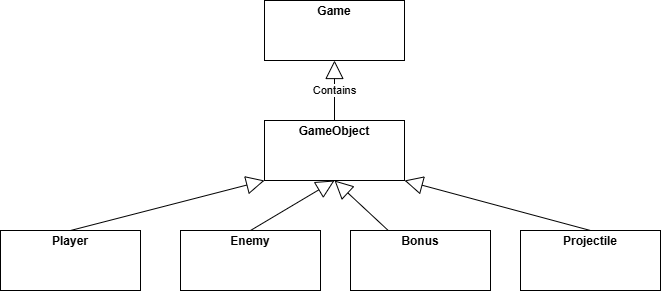
This is uml-space-defender.png from alitolays/space-defender, a draw.io export, as it was before one commit. Source tidied: cells renumbered, new cells last; positions are measured from the earlier drawing's top-left corner, leaving out a move shared by most shapes. Its diagram source:
```xml
<mxGraphModel>
  <root>
    <mxCell id="0" />
    <mxCell id="1" parent="0" />
    <mxCell id="2" value="&lt;p style=&quot;margin:0px;margin-top:4px;text-align:center;&quot;&gt;&lt;b&gt;GameObject&lt;/b&gt;&lt;/p&gt;&lt;p style=&quot;margin:0px;margin-top:4px;text-align:center;&quot;&gt;&lt;b&gt;&lt;br&gt;&lt;/b&gt;&lt;/p&gt;" style="verticalAlign=top;align=left;overflow=fill;html=1;whiteSpace=wrap;" parent="1" vertex="1">
      <mxGeometry x="264" y="120" width="140" height="60" as="geometry" />
    </mxCell>
    <mxCell id="3" value="&lt;p style=&quot;margin:0px;margin-top:4px;text-align:center;&quot;&gt;&lt;b&gt;Game&lt;/b&gt;&lt;/p&gt;" style="verticalAlign=top;align=left;overflow=fill;html=1;whiteSpace=wrap;" parent="1" vertex="1">
      <mxGeometry x="264" width="140" height="60" as="geometry" />
    </mxCell>
    <mxCell id="4" value="&lt;p style=&quot;margin:0px;margin-top:4px;text-align:center;&quot;&gt;&lt;b&gt;Player&lt;/b&gt;&lt;/p&gt;&lt;p style=&quot;margin:0px;margin-top:4px;text-align:center;&quot;&gt;&lt;b&gt;&lt;br&gt;&lt;/b&gt;&lt;/p&gt;" style="verticalAlign=top;align=left;overflow=fill;html=1;whiteSpace=wrap;" parent="1" vertex="1">
      <mxGeometry y="230" width="140" height="60" as="geometry" />
    </mxCell>
    <mxCell id="5" value="&lt;p style=&quot;margin:0px;margin-top:4px;text-align:center;&quot;&gt;&lt;b&gt;Enemy&lt;/b&gt;&lt;/p&gt;" style="verticalAlign=top;align=left;overflow=fill;html=1;whiteSpace=wrap;" parent="1" vertex="1">
      <mxGeometry x="180" y="230" width="140" height="60" as="geometry" />
    </mxCell>
    <mxCell id="6" value="&lt;p style=&quot;margin:0px;margin-top:4px;text-align:center;&quot;&gt;&lt;b&gt;Bonus&lt;/b&gt;&lt;/p&gt;" style="verticalAlign=top;align=left;overflow=fill;html=1;whiteSpace=wrap;" parent="1" vertex="1">
      <mxGeometry x="350" y="230" width="140" height="60" as="geometry" />
    </mxCell>
    <mxCell id="7" value="&lt;p style=&quot;margin:0px;margin-top:4px;text-align:center;&quot;&gt;&lt;b&gt;Projectile&lt;/b&gt;&lt;/p&gt;" style="verticalAlign=top;align=left;overflow=fill;html=1;whiteSpace=wrap;" parent="1" vertex="1">
      <mxGeometry x="520" y="230" width="140" height="60" as="geometry" />
    </mxCell>
    <mxCell id="8" value="&lt;div&gt;&lt;br&gt;&lt;/div&gt;&lt;div&gt;&lt;br&gt;&lt;/div&gt;" style="endArrow=block;endSize=16;endFill=0;html=1;rounded=0;exitX=0.5;exitY=0;exitDx=0;exitDy=0;entryX=0;entryY=1;entryDx=0;entryDy=0;" parent="1" edge="1" source="4" target="2">
      <mxGeometry relative="1" as="geometry" />
    </mxCell>
    <mxCell id="9" style="endArrow=block;endSize=16;endFill=0;html=1;rounded=0;exitX=0.5;exitY=0;exitDx=0;exitDy=0;entryX=0.5;entryY=1;entryDx=0;entryDy=0;" parent="1" edge="1" source="5" target="2">
      <mxGeometry relative="1" as="geometry" />
    </mxCell>
    <mxCell id="10" style="endArrow=block;endSize=16;endFill=0;html=1;rounded=0;entryX=0.5;entryY=1;entryDx=0;entryDy=0;" parent="1" edge="1" source="6" target="2">
      <mxGeometry relative="1" as="geometry" />
    </mxCell>
    <mxCell id="11" style="endArrow=block;endSize=16;endFill=0;html=1;rounded=0;exitX=0.5;exitY=0;exitDx=0;exitDy=0;entryX=1;entryY=1;entryDx=0;entryDy=0;" parent="1" edge="1" source="7" target="2">
      <mxGeometry relative="1" as="geometry" />
    </mxCell>
    <mxCell id="12" value="Contains" style="endArrow=block;endSize=16;endFill=0;html=1;rounded=0;exitX=0.5;exitY=0;exitDx=0;exitDy=0;entryX=0.5;entryY=1;entryDx=0;entryDy=0;" parent="1" edge="1" source="2" target="3">
      <mxGeometry relative="1" as="geometry" />
    </mxCell>
  </root>
</mxGraphModel>
```
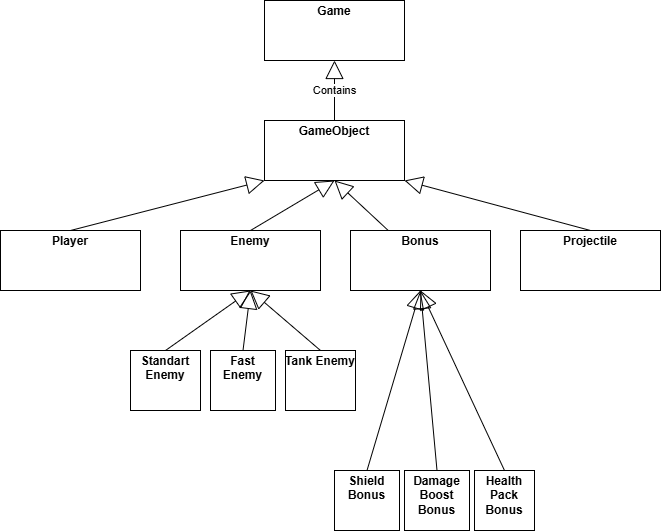
After the change.

Diff of the diagram source:
```diff
@@ -35,5 +35,43 @@
     <mxCell id="12" value="Contains" style="endArrow=block;endSize=16;endFill=0;html=1;rounded=0;exitX=0.5;exitY=0;exitDx=0;exitDy=0;entryX=0.5;entryY=1;entryDx=0;entryDy=0;" parent="1" edge="1" source="2" target="3">
       <mxGeometry relative="1" as="geometry" />
     </mxCell>
+    <mxCell id="13" value="&lt;p style=&quot;margin:0px;margin-top:4px;text-align:center;&quot;&gt;&lt;b&gt;Standart Enemy&lt;/b&gt;&lt;/p&gt;&lt;p style=&quot;margin:0px;margin-top:4px;text-align:center;&quot;&gt;&lt;b&gt;&lt;br&gt;&lt;/b&gt;&lt;/p&gt;" style="verticalAlign=top;align=left;overflow=fill;html=1;whiteSpace=wrap;" parent="1" vertex="1">
+      <mxGeometry x="130" y="350" width="70" height="60" as="geometry" />
+    </mxCell>
+    <mxCell id="14" value="&lt;p style=&quot;margin:0px;margin-top:4px;text-align:center;&quot;&gt;&lt;b&gt;Fast Enemy&lt;/b&gt;&lt;/p&gt;&lt;p style=&quot;margin:0px;margin-top:4px;text-align:center;&quot;&gt;&lt;b&gt;&lt;br&gt;&lt;/b&gt;&lt;/p&gt;" style="verticalAlign=top;align=left;overflow=fill;html=1;whiteSpace=wrap;" parent="1" vertex="1">
+      <mxGeometry x="210" y="350" width="65" height="60" as="geometry" />
+    </mxCell>
+    <mxCell id="15" value="&lt;p style=&quot;margin:0px;margin-top:4px;text-align:center;&quot;&gt;&lt;b&gt;Tank&amp;nbsp;&lt;/b&gt;&lt;b style=&quot;background-color: transparent; color: light-dark(rgb(0, 0, 0), rgb(255, 255, 255));&quot;&gt;Enemy&lt;/b&gt;&lt;/p&gt;&lt;p style=&quot;margin:0px;margin-top:4px;text-align:center;&quot;&gt;&lt;b&gt;&lt;br&gt;&lt;/b&gt;&lt;/p&gt;" style="verticalAlign=top;align=left;overflow=fill;html=1;whiteSpace=wrap;" parent="1" vertex="1">
+      <mxGeometry x="285" y="350" width="70" height="60" as="geometry" />
+    </mxCell>
+    <mxCell id="16" value="&lt;div&gt;&lt;br&gt;&lt;/div&gt;&lt;div&gt;&lt;br&gt;&lt;/div&gt;" style="endArrow=block;endSize=16;endFill=0;html=1;rounded=0;exitX=0.5;exitY=0;exitDx=0;exitDy=0;entryX=0.5;entryY=1;entryDx=0;entryDy=0;" parent="1" edge="1" source="13" target="5">
+      <mxGeometry relative="1" as="geometry" />
+    </mxCell>
+    <mxCell id="17" value="&lt;div&gt;&lt;br&gt;&lt;/div&gt;&lt;div&gt;&lt;br&gt;&lt;/div&gt;" style="endArrow=block;endSize=16;endFill=0;html=1;rounded=0;exitX=0.5;exitY=0;exitDx=0;exitDy=0;entryX=0.5;entryY=1;entryDx=0;entryDy=0;" parent="1" edge="1" source="14" target="5">
+      <mxGeometry relative="1" as="geometry" />
+    </mxCell>
+    <mxCell id="18" value="&lt;div&gt;&lt;br&gt;&lt;/div&gt;&lt;div&gt;&lt;br&gt;&lt;/div&gt;" style="endArrow=block;endSize=16;endFill=0;html=1;rounded=0;exitX=0.5;exitY=0;exitDx=0;exitDy=0;" parent="1" edge="1" source="15">
+      <mxGeometry relative="1" as="geometry">
+        <mxPoint x="250" y="290" as="targetPoint" />
+      </mxGeometry>
+    </mxCell>
+    <mxCell id="19" value="&lt;p style=&quot;margin:0px;margin-top:4px;text-align:center;&quot;&gt;&lt;b&gt;Shield Bonus&lt;/b&gt;&lt;/p&gt;" style="verticalAlign=top;align=left;overflow=fill;html=1;whiteSpace=wrap;" parent="1" vertex="1">
+      <mxGeometry x="334" y="470" width="65" height="60" as="geometry" />
+    </mxCell>
+    <mxCell id="20" value="&lt;p style=&quot;margin:0px;margin-top:4px;text-align:center;&quot;&gt;&lt;b&gt;Damage Boost Bonus&lt;/b&gt;&lt;/p&gt;" style="verticalAlign=top;align=left;overflow=fill;html=1;whiteSpace=wrap;" parent="1" vertex="1">
+      <mxGeometry x="404" y="470" width="65" height="60" as="geometry" />
+    </mxCell>
+    <mxCell id="21" value="&lt;p style=&quot;margin:0px;margin-top:4px;text-align:center;&quot;&gt;&lt;b&gt;Health Pack Bonus&lt;/b&gt;&lt;/p&gt;" style="verticalAlign=top;align=left;overflow=fill;html=1;whiteSpace=wrap;" parent="1" vertex="1">
+      <mxGeometry x="474" y="470" width="60" height="60" as="geometry" />
+    </mxCell>
+    <mxCell id="22" value="&lt;div&gt;&lt;br&gt;&lt;/div&gt;&lt;div&gt;&lt;br&gt;&lt;/div&gt;" style="endArrow=block;endSize=16;endFill=0;html=1;rounded=0;exitX=0.5;exitY=0;exitDx=0;exitDy=0;entryX=0.5;entryY=1;entryDx=0;entryDy=0;" parent="1" edge="1" source="21" target="6">
+      <mxGeometry relative="1" as="geometry" />
+    </mxCell>
+    <mxCell id="23" value="&lt;div&gt;&lt;br&gt;&lt;/div&gt;&lt;div&gt;&lt;br&gt;&lt;/div&gt;" style="endArrow=block;endSize=16;endFill=0;html=1;rounded=0;exitX=0.5;exitY=0;exitDx=0;exitDy=0;entryX=0.5;entryY=1;entryDx=0;entryDy=0;" parent="1" edge="1" source="20" target="6">
+      <mxGeometry relative="1" as="geometry" />
+    </mxCell>
+    <mxCell id="24" value="&lt;div&gt;&lt;br&gt;&lt;/div&gt;&lt;div&gt;&lt;br&gt;&lt;/div&gt;" style="endArrow=block;endSize=16;endFill=0;html=1;rounded=0;exitX=0.5;exitY=0;exitDx=0;exitDy=0;entryX=0.5;entryY=1;entryDx=0;entryDy=0;" parent="1" edge="1" source="19" target="6">
+      <mxGeometry relative="1" as="geometry" />
+    </mxCell>
   </root>
 </mxGraphModel>
```
